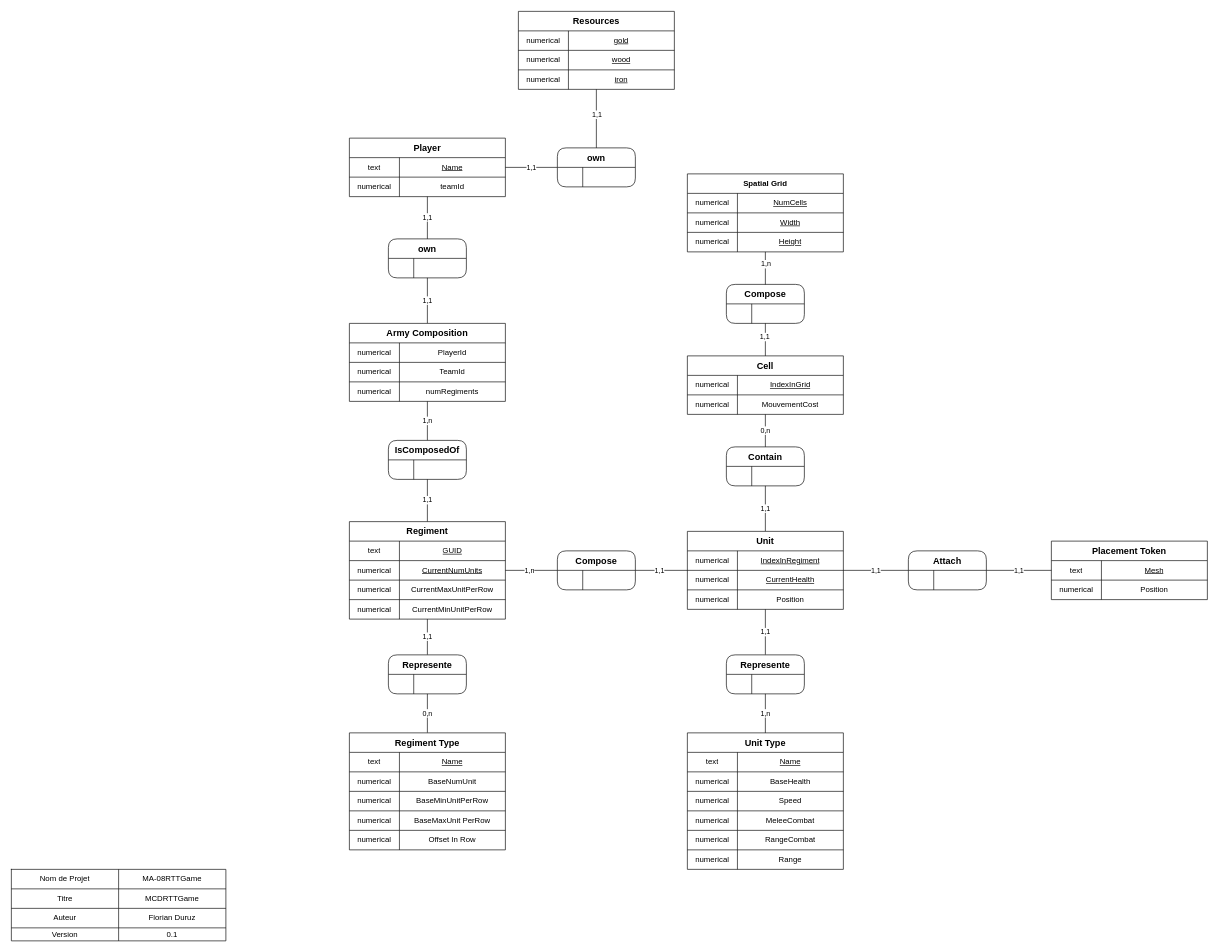
Earlier version of the draw.io diagram MCD_RTT_GAME.drawio (Cat-du-Fromage/MA-08-Model-RTTGame). Source tidied: cells renumbered, new cells numbered last; positions are measured from the earlier drawing's top-left corner, leaving out a move shared by most shapes. Both pictures are drawn from the tidied source at 65%, with x=0, y=0 at pixel (11, 11).
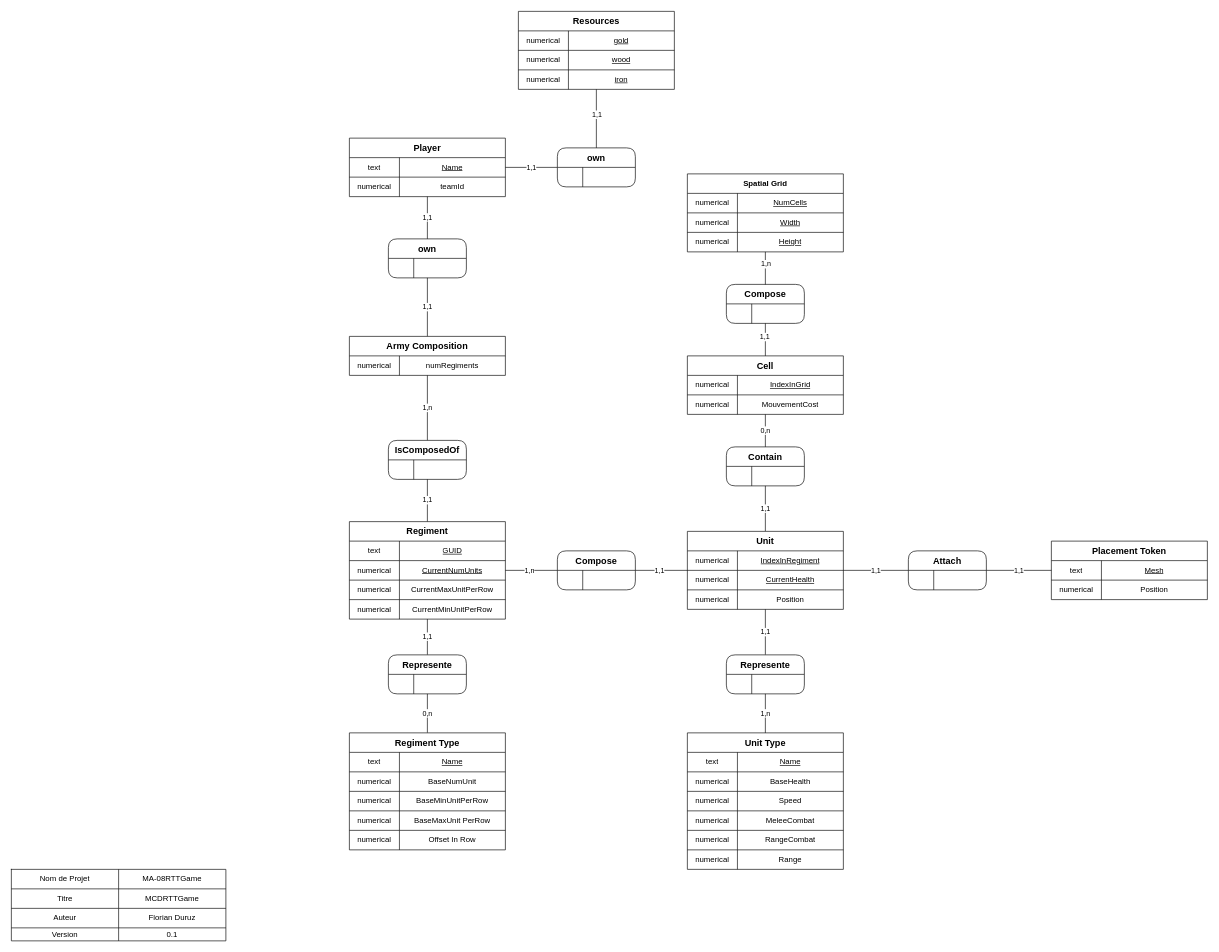
The same page after the edit.

What changed in the source:
```diff
@@
     <mxCell id="38" value="&lt;font style=&quot;font-size: 14px&quot;&gt;&lt;b&gt;Army Composition&lt;/b&gt;&lt;/font&gt;" style="shape=table;html=1;whiteSpace=wrap;startSize=30;childLayout=tableLayout;" parent="1" vertex="1">
-      <mxGeometry x="520" y="480" width="240" height="120" as="geometry" />
+      <mxGeometry x="520" y="500" width="240" height="60" as="geometry" />
     </mxCell>
-    <mxCell id="39" style="shape=partialRectangle;html=1;whiteSpace=wrap;fillColor=none;top=0;left=0;bottom=0;right=0;" parent="38" vertex="1">
-      <mxGeometry y="30" width="240" height="30" as="geometry" />
-    </mxCell>
-    <mxCell id="40" value="numerical" style="shape=partialRectangle;html=1;whiteSpace=wrap;fillColor=none;top=0;left=0;bottom=0;right=0;overflow=hidden;" parent="39" vertex="1">
-      <mxGeometry width="77" height="30" as="geometry" />
-    </mxCell>
-    <mxCell id="41" value="PlayerId" style="shape=partialRectangle;html=1;whiteSpace=wrap;fillColor=none;top=0;left=0;bottom=0;right=0;overflow=hidden;" parent="39" vertex="1">
-      <mxGeometry x="77" width="163" height="30" as="geometry" />
-    </mxCell>
-    <mxCell id="42" style="shape=partialRectangle;html=1;whiteSpace=wrap;fillColor=none;top=0;left=0;bottom=0;right=0;" parent="38" vertex="1">
-      <mxGeometry y="60" width="240" height="30" as="geometry" />
-    </mxCell>
-    <mxCell id="43" value="numerical" style="shape=partialRectangle;html=1;whiteSpace=wrap;fillColor=none;top=0;left=0;bottom=0;right=0;overflow=hidden;" parent="42" vertex="1">
-      <mxGeometry width="77" height="30" as="geometry" />
-    </mxCell>
-    <mxCell id="44" value="TeamId" style="shape=partialRectangle;html=1;whiteSpace=wrap;fillColor=none;top=0;left=0;bottom=0;right=0;overflow=hidden;" parent="42" vertex="1">
-      <mxGeometry x="77" width="163" height="30" as="geometry" />
-    </mxCell>
     <mxCell id="45" style="shape=partialRectangle;html=1;whiteSpace=wrap;fillColor=none;top=0;left=0;bottom=0;right=0;" parent="38" vertex="1">
-      <mxGeometry y="90" width="240" height="30" as="geometry" />
+      <mxGeometry y="30" width="240" height="30" as="geometry" />
     </mxCell>
```
